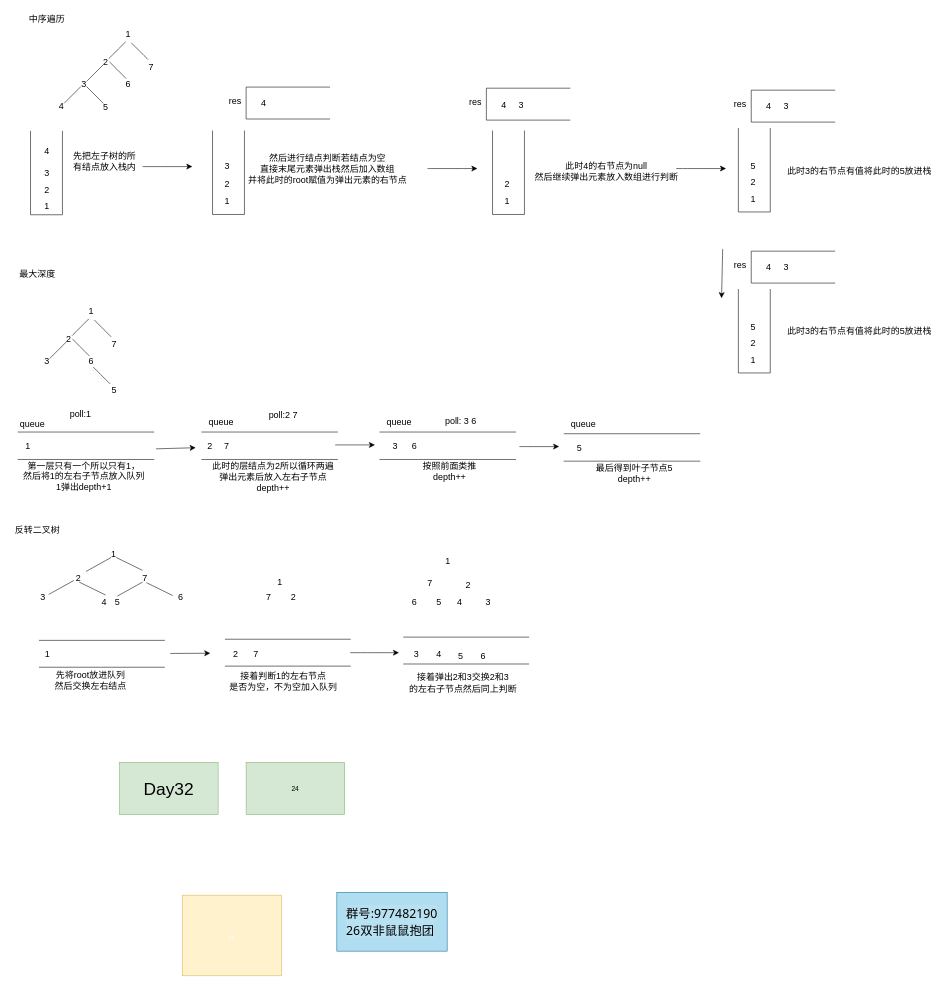
Above: leetcode/leetcode.drawio in mianbaosao/drawio (draw.io), before the change. Source tidied: cells renumbered, new cells numbered last; positions are measured from the earlier drawing's top-left corner, leaving out a move shared by most shapes. Both pictures are drawn from the tidied source at 56%, with x=0, y=0 at pixel (9, 10).
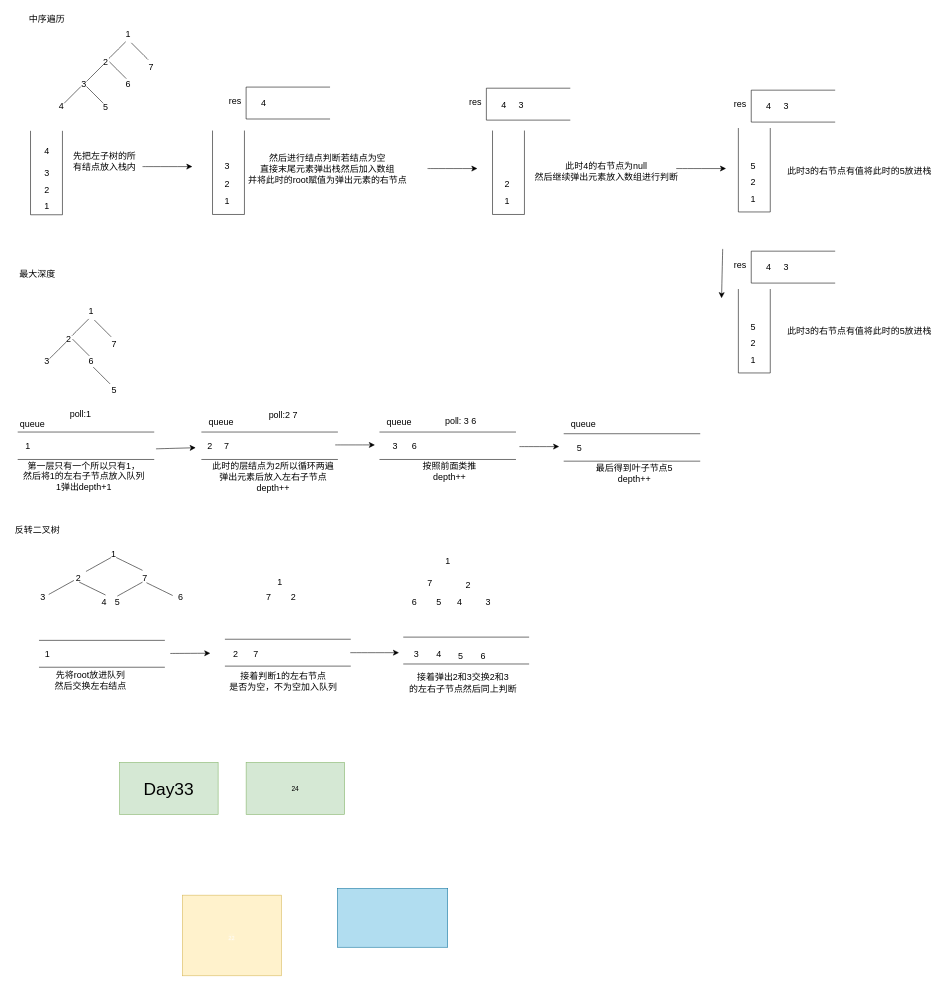
Above is the later version.

What changed in the source:
```diff
@@
-    <mxCell id="135" value="&lt;font style=&quot;font-size: 31px;&quot;&gt;Day32&lt;/font&gt;" style="rounded=0;whiteSpace=wrap;html=1;fillColor=#d5e8d4;strokeColor=#82b366;" parent="1" vertex="1">
+    <mxCell id="135" value="&lt;font style=&quot;font-size: 31px;&quot;&gt;Day33&lt;/font&gt;" style="rounded=0;whiteSpace=wrap;html=1;fillColor=#d5e8d4;strokeColor=#82b366;" parent="1" vertex="1">
       <mxGeometry x="197" y="1344" width="176" height="93" as="geometry" />
     </mxCell>
@@
-    <mxCell id="138" value="&lt;span style=&quot;font-family: &amp;quot;Color Emoji&amp;quot;, system-ui, &amp;quot;PingFang SC&amp;quot;, PingFangSC-Regular, &amp;quot;Microsoft YaHei&amp;quot;, &amp;quot;Hiragino Sans GB&amp;quot;, &amp;quot;Heiti SC&amp;quot;, &amp;quot;WenQuanYi Micro Hei&amp;quot;, Arial, Helvetica, sans-serif, &amp;quot;Apple Braille&amp;quot;, &amp;quot;Color Emoji Fix&amp;quot;; font-size: 22px; text-align: start; text-wrap: nowrap; background-color: rgba(255, 255, 255, 0.08);&quot;&gt;群号:977482190&lt;/span&gt;&lt;div style=&quot;text-align: start;&quot;&gt;&lt;font face=&quot;Color Emoji, system-ui, PingFang SC, PingFangSC-Regular, Microsoft YaHei, Hiragino Sans GB, Heiti SC, WenQuanYi Micro Hei, Arial, Helvetica, sans-serif, Apple Braille, Color Emoji Fix&quot;&gt;&lt;span style=&quot;text-wrap: nowrap; background-color: rgba(255, 255, 255, 0.08);&quot;&gt;26双非鼠鼠抱团&lt;/span&gt;&lt;/font&gt;&lt;/div&gt;" style="rounded=0;whiteSpace=wrap;html=1;fontSize=22;fillColor=#b1ddf0;strokeColor=#10739e;" parent="1" vertex="1">
-      <mxGeometry x="585" y="1576" width="197" height="105" as="geometry" />
+    <mxCell id="138" style="rounded=0;whiteSpace=wrap;html=1;fontSize=22;fillColor=#b1ddf0;strokeColor=#10739e;" parent="1" vertex="1">
+      <mxGeometry x="586" y="1569" width="197" height="105" as="geometry" />
     </mxCell>
```
